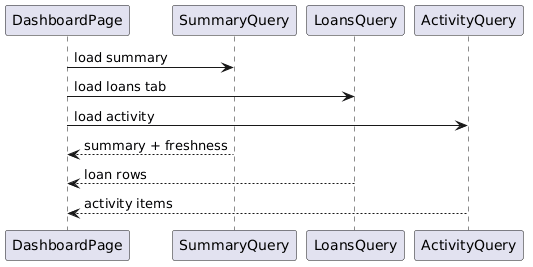
Before: docs/detailed-designs/diagrams/rendered/fe_seq_dashboard_load.png, a diagram exported from PlantUML (QuinntyneBrown/LendQ).
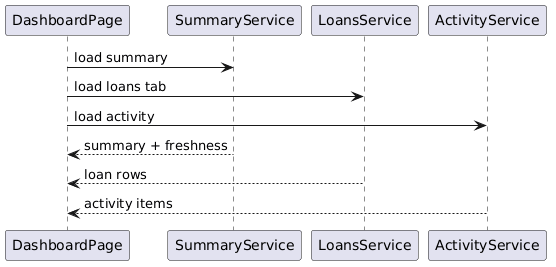
After the commit.

Change to the diagram source:
```diff
@@ -1,13 +1,13 @@
 @startuml
 participant DashboardPage
-participant SummaryQuery
-participant LoansQuery
-participant ActivityQuery
+participant SummaryService
+participant LoansService
+participant ActivityService
 
-DashboardPage -> SummaryQuery : load summary
-DashboardPage -> LoansQuery : load loans tab
-DashboardPage -> ActivityQuery : load activity
-SummaryQuery --> DashboardPage : summary + freshness
-LoansQuery --> DashboardPage : loan rows
-ActivityQuery --> DashboardPage : activity items
+DashboardPage -> SummaryService : load summary
+DashboardPage -> LoansService : load loans tab
+DashboardPage -> ActivityService : load activity
+SummaryService --> DashboardPage : summary + freshness
+LoansService --> DashboardPage : loan rows
+ActivityService --> DashboardPage : activity items
 @enduml
```
